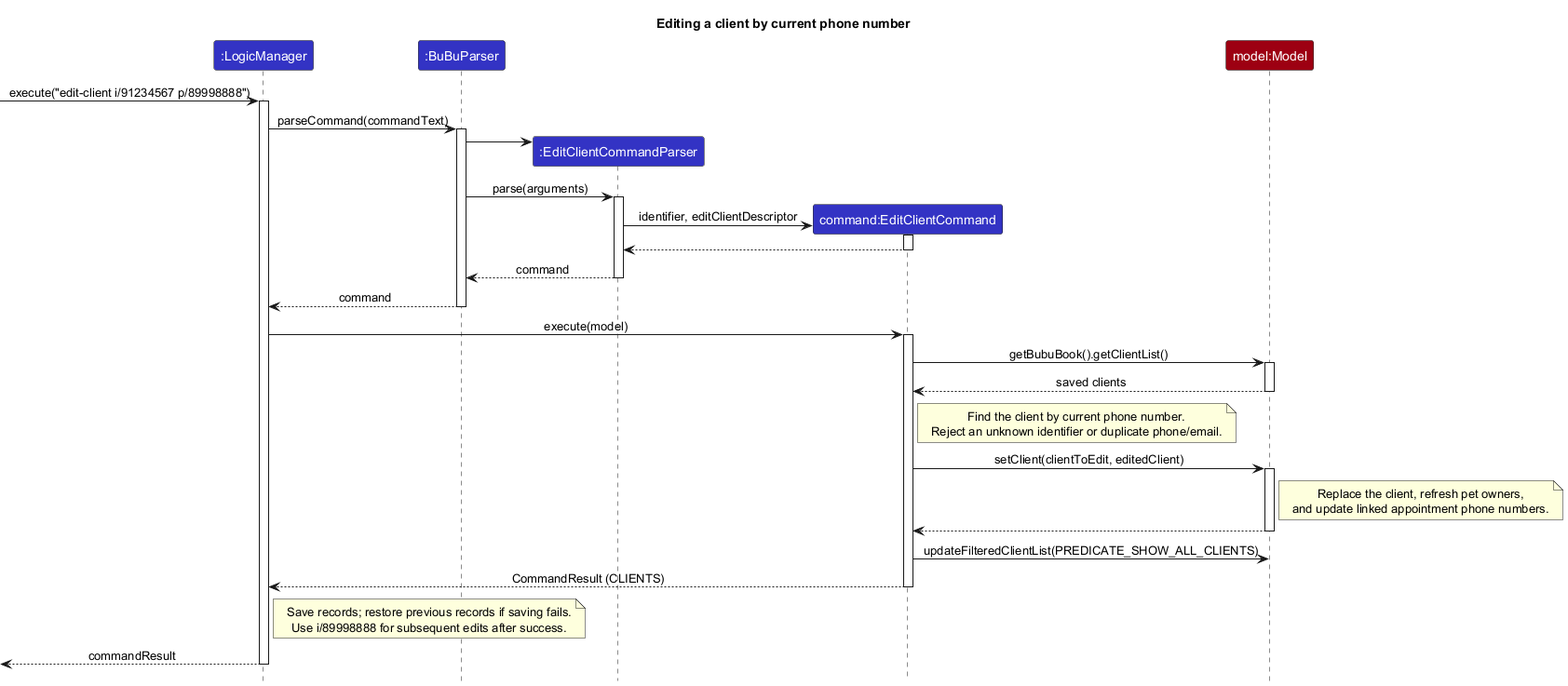
Earlier version of the PlantUML export docs/images/EditClientSequenceDiagram.png (0218hy/tp).
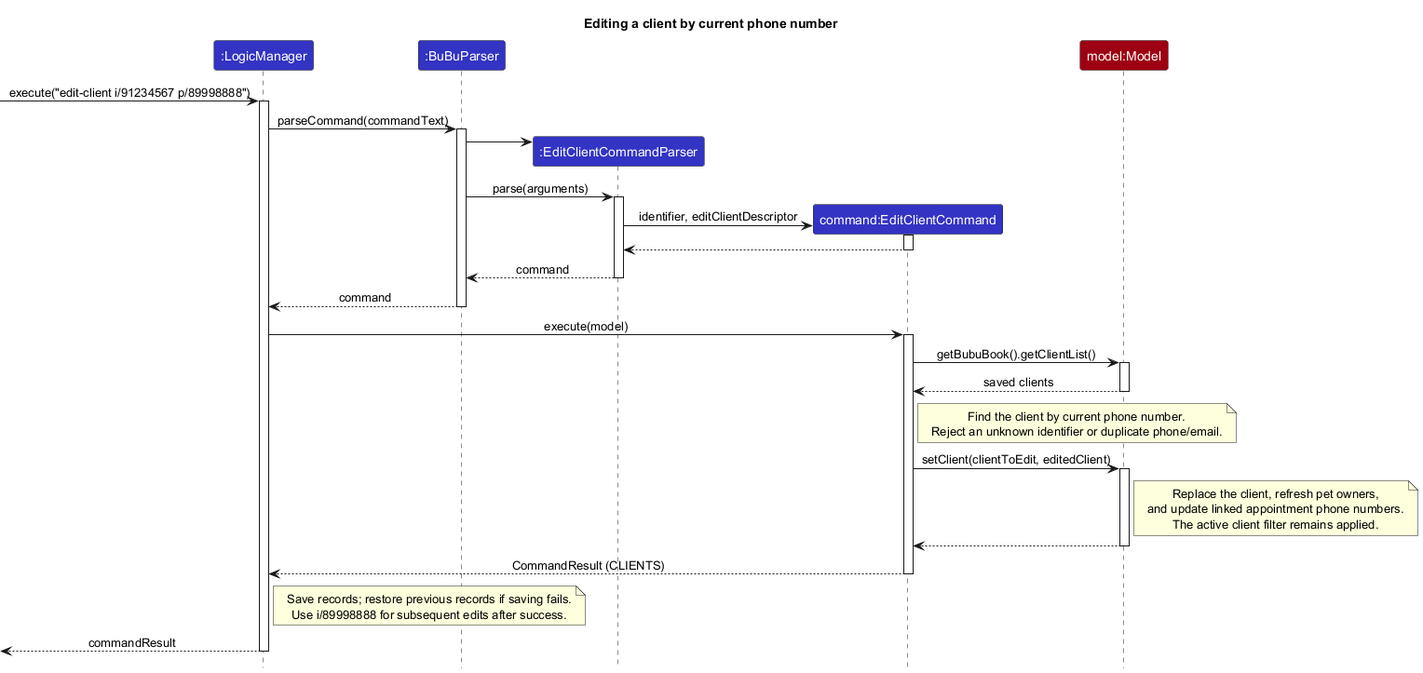
Later version of the same file.

What changed in the source:
```diff
@@ -32,9 +32,9 @@
 note right of model
   Replace the client, refresh pet owners,
   and update linked appointment phone numbers.
+  The active client filter remains applied.
 end note
 model --> ec --
-ec -> model : updateFilteredClientList(PREDICATE_SHOW_ALL_CLIENTS)
 ec --> logic --: CommandResult (CLIENTS)
 note right of logic
   Save records; restore previous records if saving fails.
```
